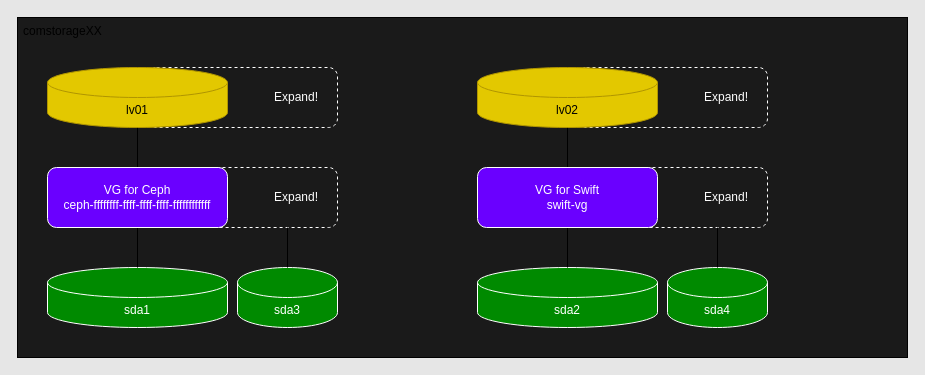
Earlier version of the draw.io diagram page "StrategyToIncreaseSizeOfDisk02" (3 of 4) of drawio/Diagrams.drawio (TsutomuNakamura/ipxe-boot). Source tidied: cells renumbered, new cells numbered last; positions are measured from the earlier drawing's top-left corner, leaving out a move shared by most shapes. Both pictures are drawn from the tidied source at 100%, with x=0, y=0 at pixel (17, 17).
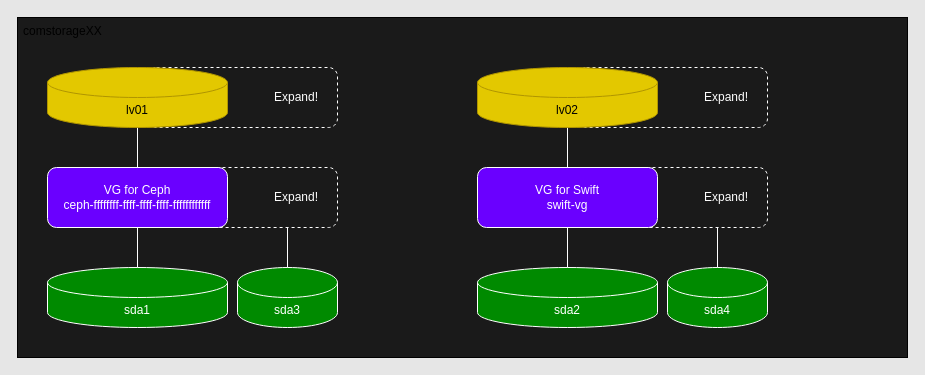
After the change.

The change refers to these unchanged cells:
```xml
<mxCell id="3" value="sda1" style="shape=cylinder3;whiteSpace=wrap;html=1;boundedLbl=1;backgroundOutline=1;size=15;fillColor=#008a00;fontColor=#ffffff;strokeColor=#FFFFFF;" parent="1" vertex="1">
  <mxGeometry x="30" y="250" width="180" height="60" as="geometry" />
</mxCell>
<mxCell id="4" value="sda2" style="shape=cylinder3;whiteSpace=wrap;html=1;boundedLbl=1;backgroundOutline=1;size=15;fillColor=#008a00;fontColor=#ffffff;strokeColor=#FFFFFF;" parent="1" vertex="1">
  <mxGeometry x="460" y="250" width="180" height="60" as="geometry" />
</mxCell>
<mxCell id="12" value="VG for Swift&lt;br&gt;swift-vg" style="rounded=1;whiteSpace=wrap;html=1;fillColor=#6a00ff;fontColor=#ffffff;strokeColor=#FFFFFF;" parent="1" vertex="1">
  <mxGeometry x="460" y="150" width="180" height="60" as="geometry" />
</mxCell>
<mxCell id="14" value="VG for Ceph&lt;br&gt;ceph-ffffffff-ffff-ffff-ffff-ffffffffffff" style="rounded=1;whiteSpace=wrap;html=1;fillColor=#6a00ff;fontColor=#ffffff;strokeColor=#FFFFFF;" parent="1" vertex="1">
  <mxGeometry x="30" y="150" width="180" height="60" as="geometry" />
</mxCell>
<mxCell id="18" value="lv01" style="shape=cylinder3;whiteSpace=wrap;html=1;boundedLbl=1;backgroundOutline=1;size=15;fillColor=#e3c800;fontColor=#000000;strokeColor=#B09500;" parent="1" vertex="1">
  <mxGeometry x="30" y="50" width="180" height="60" as="geometry" />
</mxCell>
<mxCell id="20" value="lv02" style="shape=cylinder3;whiteSpace=wrap;html=1;boundedLbl=1;backgroundOutline=1;size=15;fillColor=#e3c800;fontColor=#000000;strokeColor=#B09500;" parent="1" vertex="1">
  <mxGeometry x="460" y="50" width="180" height="60" as="geometry" />
</mxCell>
```

Diff of the diagram source:
```diff
@@
-    <mxCell id="5" style="endArrow=none;html=1;rounded=0;entryX=0.5;entryY=1;entryDx=0;entryDy=0;labelBorderColor=default;" parent="1" edge="1" source="3" target="14">
+    <mxCell id="5" style="endArrow=none;html=1;rounded=0;entryX=0.5;entryY=1;entryDx=0;entryDy=0;labelBorderColor=default;strokeColor=#FFFFFF;" parent="1" edge="1" source="3" target="14">
       <mxGeometry relative="1" as="geometry" />
     </mxCell>
-    <mxCell id="6" style="endArrow=none;html=1;rounded=0;entryX=0.5;entryY=1;entryDx=0;entryDy=0;entryPerimeter=0;exitX=0.5;exitY=0;exitDx=0;exitDy=0;labelBorderColor=default;" parent="1" edge="1" source="14" target="18">
+    <mxCell id="6" style="endArrow=none;html=1;rounded=0;entryX=0.5;entryY=1;entryDx=0;entryDy=0;entryPerimeter=0;exitX=0.5;exitY=0;exitDx=0;exitDy=0;labelBorderColor=default;strokeColor=#FFFFFF;" parent="1" edge="1" source="14" target="18">
       <mxGeometry relative="1" as="geometry" />
     </mxCell>
-    <mxCell id="7" style="endArrow=none;html=1;rounded=0;entryX=0.5;entryY=1;entryDx=0;entryDy=0;exitX=0.5;exitY=0;exitDx=0;exitDy=0;exitPerimeter=0;labelBorderColor=default;" parent="1" edge="1" source="4" target="12">
+    <mxCell id="7" style="endArrow=none;html=1;rounded=0;entryX=0.5;entryY=1;entryDx=0;entryDy=0;exitX=0.5;exitY=0;exitDx=0;exitDy=0;exitPerimeter=0;labelBorderColor=default;strokeColor=#FFFFFF;" parent="1" edge="1" source="4" target="12">
       <mxGeometry relative="1" as="geometry" />
     </mxCell>
-    <mxCell id="8" style="endArrow=none;html=1;rounded=0;entryX=0.5;entryY=1;entryDx=0;entryDy=0;exitX=0.5;exitY=0;exitDx=0;exitDy=0;entryPerimeter=0;labelBorderColor=default;" parent="1" edge="1" source="12" target="20">
+    <mxCell id="8" style="endArrow=none;html=1;rounded=0;entryX=0.5;entryY=1;entryDx=0;entryDy=0;exitX=0.5;exitY=0;exitDx=0;exitDy=0;entryPerimeter=0;labelBorderColor=default;strokeColor=#FFFFFF;" parent="1" edge="1" source="12" target="20">
       <mxGeometry relative="1" as="geometry" />
     </mxCell>
@@
-    <mxCell id="15" style="endArrow=none;html=1;rounded=0;entryX=0.5;entryY=1;entryDx=0;entryDy=0;exitX=0.5;exitY=0;exitDx=0;exitDy=0;exitPerimeter=0;labelBorderColor=default;" parent="1" edge="1">
+    <mxCell id="15" style="endArrow=none;html=1;rounded=0;entryX=0.5;entryY=1;entryDx=0;entryDy=0;exitX=0.5;exitY=0;exitDx=0;exitDy=0;exitPerimeter=0;labelBorderColor=default;strokeColor=#FFFFFF;" parent="1" edge="1">
       <mxGeometry relative="1" as="geometry">
         <mxPoint x="700" y="250" as="sourcePoint" />
         <mxPoint x="700" y="210" as="targetPoint" />
       </mxGeometry>
     </mxCell>
-    <mxCell id="16" style="endArrow=none;html=1;rounded=0;entryX=0.5;entryY=1;entryDx=0;entryDy=0;exitX=0.5;exitY=0;exitDx=0;exitDy=0;exitPerimeter=0;labelBorderColor=default;" parent="1" edge="1">
+    <mxCell id="16" style="endArrow=none;html=1;rounded=0;entryX=0.5;entryY=1;entryDx=0;entryDy=0;exitX=0.5;exitY=0;exitDx=0;exitDy=0;exitPerimeter=0;labelBorderColor=default;strokeColor=#FFFFFF;" parent="1" edge="1">
       <mxGeometry relative="1" as="geometry">
         <mxPoint x="270" y="250" as="sourcePoint" />
         <mxPoint x="270" y="210" as="targetPoint" />
       </mxGeometry>
     </mxCell>
```
